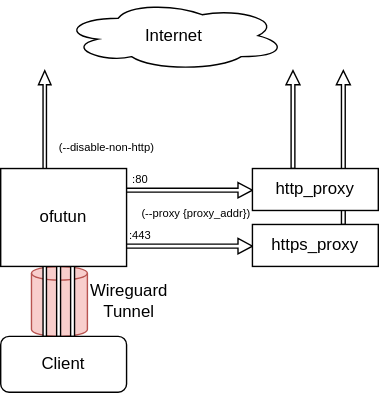
Earlier version of the draw.io export arch.drawio.svg (hrntknr/ofutun). Source tidied: cells renumbered, new cells last; positions are measured from the earlier drawing's top-left corner, leaving out a move shared by most shapes.
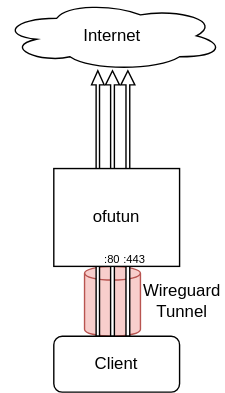
After the change.

Diff of the diagram source:
```diff
@@ -5,50 +5,32 @@
     <mxCell id="2" style="shape=cylinder3;whiteSpace=wrap;html=1;boundedLbl=1;backgroundOutline=1;size=4.902439024390276;fillColor=#f8cecc;strokeColor=#b85450;" parent="1" vertex="1">
       <mxGeometry x="22" y="190" width="40" height="50" as="geometry" />
     </mxCell>
-    <mxCell id="3" style="html=1;shadow=0;dashed=0;align=center;verticalAlign=middle;shape=mxgraph.arrows2.bendArrow;dy=1.4;dx=10.32;notch=0;arrowHead=10.97;rounded=1;" parent="1" vertex="1">
-      <mxGeometry x="40" y="130" width="140" height="110" as="geometry" />
-    </mxCell>
-    <mxCell id="4" style="html=1;shadow=0;dashed=0;align=center;verticalAlign=middle;shape=mxgraph.arrows2.bendArrow;dy=1.4;dx=10.32;notch=0;arrowHead=10.97;rounded=1;" parent="1" vertex="1">
-      <mxGeometry x="50" y="170" width="130" height="70" as="geometry" />
-    </mxCell>
     <mxCell id="5" style="html=1;shadow=0;dashed=0;align=center;verticalAlign=middle;shape=mxgraph.arrows2.arrow;dy=0.73;dx=10.09;direction=north;notch=0;" parent="1" vertex="1">
       <mxGeometry x="27" y="50" width="9" height="190" as="geometry" />
     </mxCell>
     <mxCell id="6" style="html=1;shadow=0;dashed=0;align=center;verticalAlign=middle;shape=mxgraph.arrows2.arrow;dy=0.73;dx=10.09;direction=north;notch=0;" parent="1" vertex="1">
-      <mxGeometry x="204" y="50" width="10" height="70" as="geometry" />
+      <mxGeometry x="37" y="50" width="10" height="190" as="geometry" />
     </mxCell>
     <mxCell id="7" style="html=1;shadow=0;dashed=0;align=center;verticalAlign=middle;shape=mxgraph.arrows2.arrow;dy=0.73;dx=10.09;direction=north;notch=0;" parent="1" vertex="1">
-      <mxGeometry x="240" y="50" width="10" height="110" as="geometry" />
+      <mxGeometry x="48" y="50" width="10" height="190" as="geometry" />
     </mxCell>
     <mxCell id="8" value="ofutun" style="rounded=0;whiteSpace=wrap;html=1;" parent="1" vertex="1">
       <mxGeometry y="120" width="90" height="70" as="geometry" />
     </mxCell>
-    <mxCell id="9" value="http_proxy" style="rounded=0;whiteSpace=wrap;html=1;" parent="1" vertex="1">
-      <mxGeometry x="180" y="120" width="90" height="30" as="geometry" />
-    </mxCell>
-    <mxCell id="10" value="https_proxy" style="rounded=0;whiteSpace=wrap;html=1;" parent="1" vertex="1">
-      <mxGeometry x="180" y="160" width="90" height="30" as="geometry" />
-    </mxCell>
     <mxCell id="11" value="Client" style="rounded=1;whiteSpace=wrap;html=1;" parent="1" vertex="1">
       <mxGeometry y="240" width="90" height="40" as="geometry" />
     </mxCell>
     <mxCell id="12" value="Internet" style="ellipse;shape=cloud;whiteSpace=wrap;html=1;" parent="1" vertex="1">
-      <mxGeometry x="44" width="160" height="50" as="geometry" />
+      <mxGeometry x="-38" width="160" height="50" as="geometry" />
     </mxCell>
     <mxCell id="13" value="Wireguard&lt;div&gt;Tunnel&lt;/div&gt;" style="text;html=1;align=center;verticalAlign=middle;whiteSpace=wrap;rounded=0;" parent="1" vertex="1">
       <mxGeometry x="62" y="200" width="60" height="30" as="geometry" />
     </mxCell>
-    <mxCell id="14" value="(--disable-non-http)" style="text;html=1;align=center;verticalAlign=middle;whiteSpace=wrap;rounded=0;fontSize=8;" parent="1" vertex="1">
-      <mxGeometry x="36" y="100" width="80" height="10" as="geometry" />
-    </mxCell>
-    <mxCell id="15" value="(--proxy {proxy_addr})" style="text;html=1;align=center;verticalAlign=middle;whiteSpace=wrap;rounded=0;fontSize=8;" parent="1" vertex="1">
-      <mxGeometry x="100" y="147" width="80" height="10" as="geometry" />
-    </mxCell>
-    <mxCell id="16" value=":80" style="text;html=1;align=center;verticalAlign=middle;whiteSpace=wrap;rounded=0;fontSize=8;" parent="1" vertex="1">
-      <mxGeometry x="90" y="123" width="20" height="10" as="geometry" />
-    </mxCell>
-    <mxCell id="17" value=":443" style="text;html=1;align=center;verticalAlign=middle;whiteSpace=wrap;rounded=0;fontSize=8;" parent="1" vertex="1">
-      <mxGeometry x="90" y="163" width="20" height="10" as="geometry" />
+    <mxCell id="17" value=":80" style="text;html=1;align=center;verticalAlign=middle;whiteSpace=wrap;rounded=0;fontSize=8;" parent="1" vertex="1">
+      <mxGeometry x="32" y="180" width="20" height="10" as="geometry" />
     </mxCell>
+    <mxCell id="18" value=":443" style="text;html=1;align=center;verticalAlign=middle;whiteSpace=wrap;rounded=0;fontSize=8;" parent="1" vertex="1">
+      <mxGeometry x="48" y="180" width="20" height="10" as="geometry" />
+    </mxCell>
   </root>
 </mxGraphModel>
```
